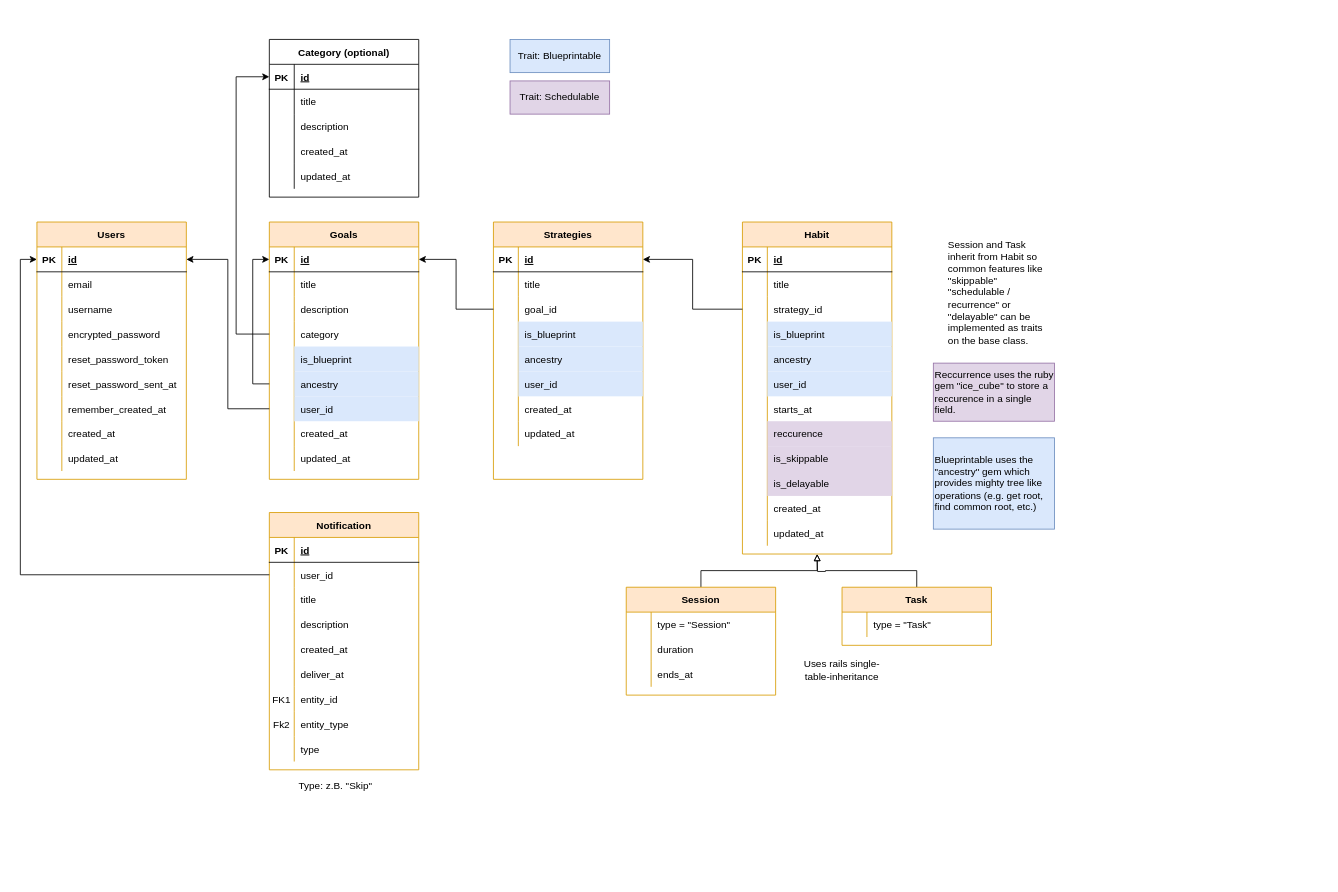
The draw.io diagram reqs/DB Model.drawio in AlexanderLill/yahtapp-web, before the edit. Source tidied: cells renumbered, new cells numbered last; positions are measured from the earlier drawing's top-left corner, leaving out a move shared by most shapes. Both pictures are drawn from the tidied source at 83%, with x=0, y=0 at pixel (37, 39).
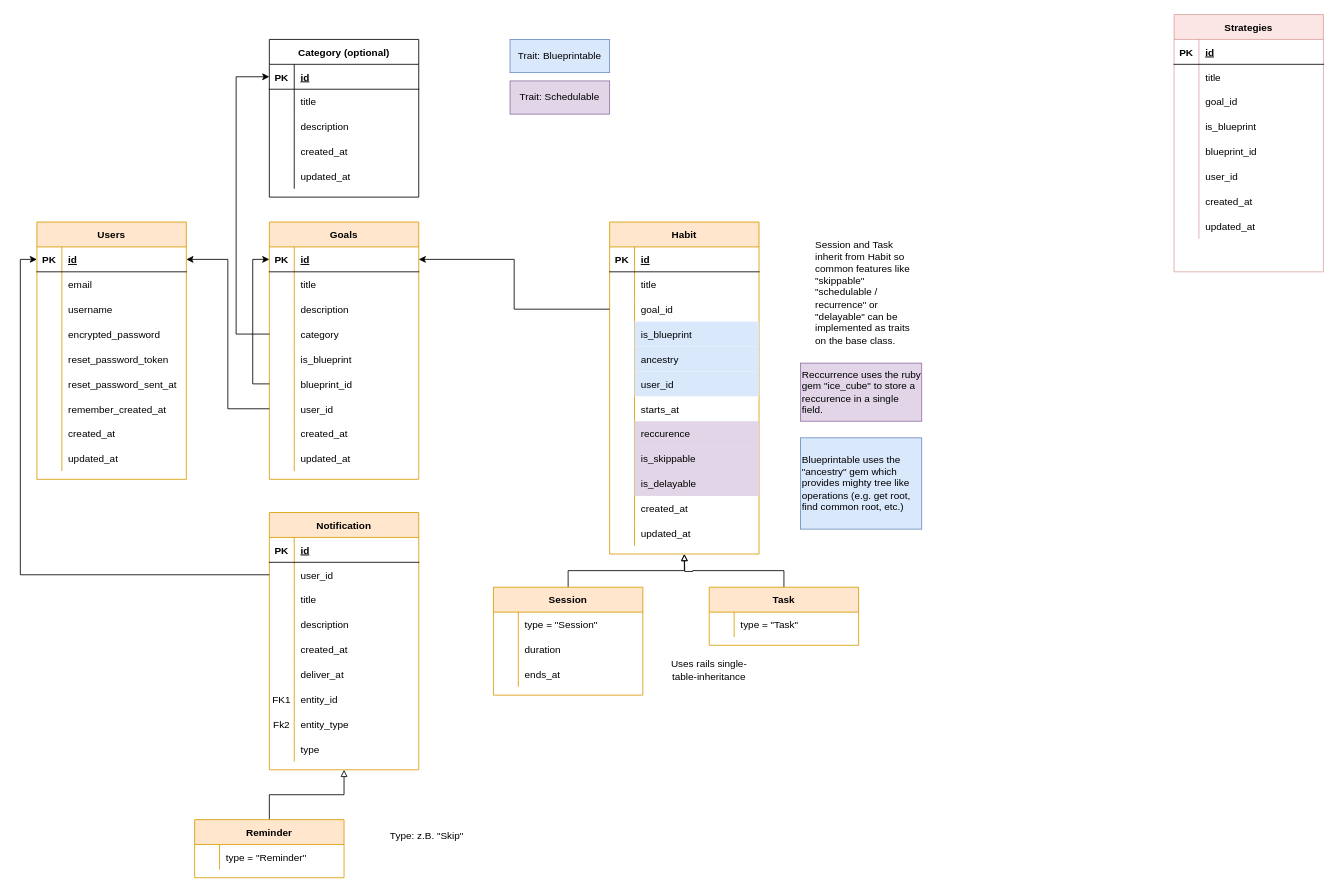
The same page after the edit.

The change refers to these unchanged cells:
```xml
<mxCell id="31" style="shape=partialRectangle;fillColor=none;top=0;left=0;bottom=1;right=0;points=[[0,0.5],[1,0.5]];portConstraint=eastwest;" parent="30" vertex="1">
  <mxGeometry y="30" width="180" height="30" as="geometry" />
</mxCell>
<mxCell id="43" style="shape=partialRectangle;fillColor=none;top=0;left=0;bottom=0;right=0;" parent="30" vertex="1">
  <mxGeometry y="150" width="180" height="30" as="geometry" />
</mxCell>
<mxCell id="47" style="shape=partialRectangle;fillColor=none;top=0;left=0;bottom=0;right=0;points=[[0,0.5],[1,0.5]];portConstraint=eastwest;" parent="30" vertex="1">
  <mxGeometry y="180" width="180" height="30" as="geometry" />
</mxCell>
<mxCell id="50" style="shape=partialRectangle;fillColor=none;top=0;left=0;bottom=0;right=0;points=[[0,0.5],[1,0.5]];portConstraint=eastwest;" parent="30" vertex="1">
  <mxGeometry y="210" width="180" height="30" as="geometry" />
</mxCell>
<mxCell id="60" style="shape=partialRectangle;fillColor=none;top=0;left=0;bottom=1;right=0;points=[[0,0.5],[1,0.5]];portConstraint=eastwest;" parent="59" vertex="1">
  <mxGeometry y="30" width="180" height="30" as="geometry" />
</mxCell>
<mxCell id="66" style="shape=partialRectangle;fillColor=none;top=0;left=0;bottom=0;right=0;points=[[0,0.5],[1,0.5]];portConstraint=eastwest;" parent="59" vertex="1">
  <mxGeometry y="90" width="180" height="30" as="geometry" />
</mxCell>
<mxCell id="69" style="shape=partialRectangle;fillColor=none;top=0;left=0;bottom=0;right=0;" parent="59" vertex="1">
  <mxGeometry y="120" width="180" height="30" as="geometry" />
</mxCell>
<mxCell id="72" style="shape=partialRectangle;fillColor=none;top=0;left=0;bottom=0;right=0;" parent="59" vertex="1">
  <mxGeometry y="150" width="180" height="30" as="geometry" />
</mxCell>
<mxCell id="75" style="shape=partialRectangle;fillColor=none;top=0;left=0;bottom=0;right=0;" parent="59" vertex="1">
  <mxGeometry y="180" width="180" height="30" as="geometry" />
</mxCell>
<mxCell id="91" style="shape=partialRectangle;fillColor=none;top=0;left=0;bottom=0;right=0;points=[[0,0.5],[1,0.5]];portConstraint=eastwest;" parent="84" vertex="1">
  <mxGeometry y="90" width="180" height="30" as="geometry" />
</mxCell>
<mxCell id="141" value="Notification" style="shape=table;startSize=30;childLayout=tableLayout;rowLines=0;fontStyle=1;align=center;fillColor=#ffe6cc;strokeColor=#d79b00;" parent="1" vertex="1">
  <mxGeometry x="280" y="570" width="180" height="310" as="geometry" />
</mxCell>
```

The edit, as a diff of the source:
```diff
@@
-    <mxCell id="45" value="is_blueprint" style="shape=partialRectangle;fillColor=#dae8fc;top=0;left=0;bottom=0;right=0;align=left;spacingLeft=6;overflow=hidden;strokeColor=#6c8ebf;" parent="43" vertex="1">
+    <mxCell id="45" value="is_blueprint" style="shape=partialRectangle;top=0;left=0;bottom=0;right=0;align=left;spacingLeft=6;overflow=hidden;fillColor=none;" parent="43" vertex="1">
       <mxGeometry x="30" width="150" height="30" as="geometry" />
     </mxCell>
@@
-    <mxCell id="49" value="ancestry" style="shape=partialRectangle;fillColor=#dae8fc;top=0;left=0;bottom=0;right=0;align=left;spacingLeft=6;overflow=hidden;strokeColor=#6c8ebf;" parent="47" vertex="1">
+    <mxCell id="49" value="blueprint_id" style="shape=partialRectangle;top=0;left=0;bottom=0;right=0;align=left;spacingLeft=6;overflow=hidden;fillColor=none;" parent="47" vertex="1">
       <mxGeometry x="30" width="150" height="30" as="geometry" />
     </mxCell>
@@
-    <mxCell id="52" value="user_id" style="shape=partialRectangle;fillColor=#dae8fc;top=0;left=0;bottom=0;right=0;align=left;spacingLeft=6;overflow=hidden;strokeColor=#6c8ebf;" parent="50" vertex="1">
+    <mxCell id="52" value="user_id" style="shape=partialRectangle;top=0;left=0;bottom=0;right=0;align=left;spacingLeft=6;overflow=hidden;fillColor=none;" parent="50" vertex="1">
       <mxGeometry x="30" width="150" height="30" as="geometry" />
     </mxCell>
@@
-    <mxCell id="59" value="Strategies" style="shape=table;startSize=30;childLayout=tableLayout;rowLines=0;fontStyle=1;align=center;fillColor=#ffe6cc;strokeColor=#d79b00;" parent="1" vertex="1">
-      <mxGeometry x="550" y="220" width="180" height="310" as="geometry" />
+    <mxCell id="59" value="Strategies" style="shape=table;startSize=30;childLayout=tableLayout;rowLines=0;fontStyle=1;align=center;fillColor=#f8cecc;strokeColor=#b85450;opacity=50;" parent="1" vertex="1">
+      <mxGeometry x="1370" y="-30" width="180" height="310" as="geometry" />
     </mxCell>
@@
-    <mxCell id="71" value="is_blueprint" style="shape=partialRectangle;fillColor=#dae8fc;top=0;left=0;bottom=0;right=0;align=left;spacingLeft=6;overflow=hidden;strokeColor=#6c8ebf;" parent="69" vertex="1">
+    <mxCell id="71" value="is_blueprint" style="shape=partialRectangle;top=0;left=0;bottom=0;right=0;align=left;spacingLeft=6;overflow=hidden;fillColor=none;" parent="69" vertex="1">
       <mxGeometry x="30" width="150" height="30" as="geometry" />
     </mxCell>
@@
-    <mxCell id="74" value="ancestry" style="shape=partialRectangle;fillColor=#dae8fc;top=0;left=0;bottom=0;right=0;align=left;spacingLeft=6;overflow=hidden;strokeColor=#6c8ebf;" parent="72" vertex="1">
+    <mxCell id="74" value="blueprint_id" style="shape=partialRectangle;top=0;left=0;bottom=0;right=0;align=left;spacingLeft=6;overflow=hidden;fillColor=none;" parent="72" vertex="1">
       <mxGeometry x="30" width="150" height="30" as="geometry" />
     </mxCell>
@@
-    <mxCell id="77" value="user_id" style="shape=partialRectangle;fillColor=#dae8fc;top=0;left=0;bottom=0;right=0;align=left;spacingLeft=6;overflow=hidden;strokeColor=#6c8ebf;" parent="75" vertex="1">
+    <mxCell id="77" value="user_id" style="shape=partialRectangle;top=0;left=0;bottom=0;right=0;align=left;spacingLeft=6;overflow=hidden;fillColor=none;" parent="75" vertex="1">
       <mxGeometry x="30" width="150" height="30" as="geometry" />
     </mxCell>
@@
     <mxCell id="84" value="Habit" style="shape=table;startSize=30;childLayout=tableLayout;rowLines=0;fontStyle=1;align=center;fillColor=#ffe6cc;strokeColor=#d79b00;" parent="1" vertex="1">
-      <mxGeometry x="850" y="220" width="180" height="400" as="geometry" />
+      <mxGeometry x="690" y="220" width="180" height="400" as="geometry" />
     </mxCell>
@@
-    <mxCell id="93" value="strategy_id" style="shape=partialRectangle;fillColor=none;top=0;left=0;bottom=0;right=0;align=left;spacingLeft=6;overflow=hidden;" parent="91" vertex="1">
+    <mxCell id="93" value="goal_id" style="shape=partialRectangle;fillColor=none;top=0;left=0;bottom=0;right=0;align=left;spacingLeft=6;overflow=hidden;" parent="91" vertex="1">
       <mxGeometry x="30" width="150" height="30" as="geometry" />
     </mxCell>
@@
-    <mxCell id="138" style="edgeStyle=orthogonalEdgeStyle;rounded=0;jettySize=auto;html=1;exitX=0;exitY=0.5;exitDx=0;exitDy=0;entryX=1;entryY=0.5;entryDx=0;entryDy=0;" parent="1" edge="1" source="66" target="31">
-      <mxGeometry relative="1" as="geometry" />
-    </mxCell>
-    <mxCell id="139" style="edgeStyle=orthogonalEdgeStyle;rounded=0;jettySize=auto;html=1;exitX=0;exitY=0.5;exitDx=0;exitDy=0;entryX=1;entryY=0.5;entryDx=0;entryDy=0;" parent="1" edge="1" source="91" target="60">
+    <mxCell id="139" style="edgeStyle=orthogonalEdgeStyle;rounded=0;jettySize=auto;html=1;exitX=0;exitY=0.5;exitDx=0;exitDy=0;entryX=1;entryY=0.5;entryDx=0;entryDy=0;" parent="1" edge="1" source="91" target="31">
       <mxGeometry relative="1" as="geometry" />
     </mxCell>
@@
     <mxCell id="170" style="edgeStyle=orthogonalEdgeStyle;rounded=0;jettySize=auto;html=1;exitX=0.5;exitY=0;exitDx=0;exitDy=0;entryX=0.5;entryY=1;entryDx=0;entryDy=0;endArrow=block;endFill=0;" parent="1" edge="1" source="171" target="84">
       <mxGeometry relative="1" as="geometry">
         <Array as="points">
-          <mxPoint x="800" y="640" />
-          <mxPoint x="940" y="640" />
+          <mxPoint x="640" y="640" />
+          <mxPoint x="780" y="640" />
         </Array>
       </mxGeometry>
     </mxCell>
     <mxCell id="171" value="Session" style="shape=table;startSize=30;childLayout=tableLayout;rowLines=0;fontStyle=1;align=center;fillColor=#ffe6cc;strokeColor=#d79b00;" parent="1" vertex="1">
-      <mxGeometry x="710" y="660" width="180" height="130" as="geometry" />
+      <mxGeometry x="550" y="660" width="180" height="130" as="geometry" />
     </mxCell>
@@
     <mxCell id="183" value="Type: z.B. &quot;Skip&quot;" style="text;html=1;strokeColor=none;fillColor=none;align=center;verticalAlign=middle;whiteSpace=wrap;rounded=0;" parent="1" vertex="1">
-      <mxGeometry x="290" y="890" width="140" height="20" as="geometry" />
+      <mxGeometry x="400" y="950" width="140" height="20" as="geometry" />
     </mxCell>
     <mxCell id="184" value="Uses rails single-table-inheritance" style="text;html=1;strokeColor=none;fillColor=none;align=center;verticalAlign=middle;whiteSpace=wrap;rounded=0;" parent="1" vertex="1">
-      <mxGeometry x="910" y="740" width="120" height="40" as="geometry" />
+      <mxGeometry x="750" y="740" width="120" height="40" as="geometry" />
     </mxCell>
     <mxCell id="185" style="edgeStyle=orthogonalEdgeStyle;rounded=0;jettySize=auto;html=1;exitX=0.5;exitY=0;exitDx=0;exitDy=0;endArrow=block;endFill=0;" parent="1" edge="1" source="186">
       <mxGeometry relative="1" as="geometry">
-        <mxPoint x="940" y="620" as="targetPoint" />
+        <mxPoint x="780" y="620" as="targetPoint" />
       </mxGeometry>
     </mxCell>
     <mxCell id="186" value="Task" style="shape=table;startSize=30;childLayout=tableLayout;rowLines=0;fontStyle=1;align=center;fillColor=#ffe6cc;strokeColor=#d79b00;" parent="1" vertex="1">
-      <mxGeometry x="970" y="660" width="180" height="70" as="geometry" />
+      <mxGeometry x="810" y="660" width="180" height="70" as="geometry" />
     </mxCell>
@@
     <mxCell id="190" value="Session and Task inherit from Habit so common features like &quot;skippable&quot; &quot;schedulable / recurrence&quot; or &quot;delayable&quot; can be implemented as traits on the base class." style="text;html=1;strokeColor=none;fillColor=none;align=left;verticalAlign=middle;whiteSpace=wrap;rounded=0;" parent="1" vertex="1">
-      <mxGeometry x="1096" y="230" width="130" height="150" as="geometry" />
+      <mxGeometry x="936" y="230" width="130" height="150" as="geometry" />
     </mxCell>
     <mxCell id="191" value="Reccurrence uses the ruby gem &quot;ice_cube&quot; to store a reccurence in a single field." style="text;html=1;strokeColor=#9673a6;fillColor=#e1d5e7;align=left;verticalAlign=middle;whiteSpace=wrap;rounded=0;" parent="1" vertex="1">
-      <mxGeometry x="1080" y="390" width="146" height="70" as="geometry" />
+      <mxGeometry x="920" y="390" width="146" height="70" as="geometry" />
     </mxCell>
     <mxCell id="192" value="Blueprintable uses the &quot;ancestry&quot; gem which provides mighty tree like operations (e.g. get root, find common root, etc.)" style="text;html=1;strokeColor=#6c8ebf;fillColor=#dae8fc;align=left;verticalAlign=middle;whiteSpace=wrap;rounded=0;" parent="1" vertex="1">
-      <mxGeometry x="1080" y="480" width="146" height="110" as="geometry" />
+      <mxGeometry x="920" y="480" width="146" height="110" as="geometry" />
     </mxCell>
+    <mxCell id="193" style="edgeStyle=orthogonalEdgeStyle;rounded=0;jettySize=auto;html=1;exitX=0.5;exitY=0;exitDx=0;exitDy=0;entryX=0.5;entryY=1;entryDx=0;entryDy=0;endArrow=block;endFill=0;" parent="1" edge="1" source="194" target="141">
+      <mxGeometry relative="1" as="geometry" />
+    </mxCell>
+    <mxCell id="194" value="Reminder" style="shape=table;startSize=30;childLayout=tableLayout;rowLines=0;fontStyle=1;align=center;fillColor=#ffe6cc;strokeColor=#d79b00;" parent="1" vertex="1">
+      <mxGeometry x="190" y="940" width="180" height="70" as="geometry" />
+    </mxCell>
+    <mxCell id="195" style="shape=partialRectangle;fillColor=none;top=0;left=0;bottom=0;right=0;" parent="194" vertex="1">
+      <mxGeometry y="30" width="180" height="30" as="geometry" />
+    </mxCell>
+    <mxCell id="196" style="shape=partialRectangle;fillColor=none;top=0;left=0;bottom=0;right=0;overflow=hidden;" parent="195" vertex="1">
+      <mxGeometry width="30" height="30" as="geometry" />
+    </mxCell>
+    <mxCell id="197" value="type = &quot;Reminder&quot;" style="shape=partialRectangle;fillColor=none;top=0;left=0;bottom=0;right=0;align=left;spacingLeft=6;overflow=hidden;" parent="195" vertex="1">
+      <mxGeometry x="30" width="150" height="30" as="geometry" />
+    </mxCell>
```
